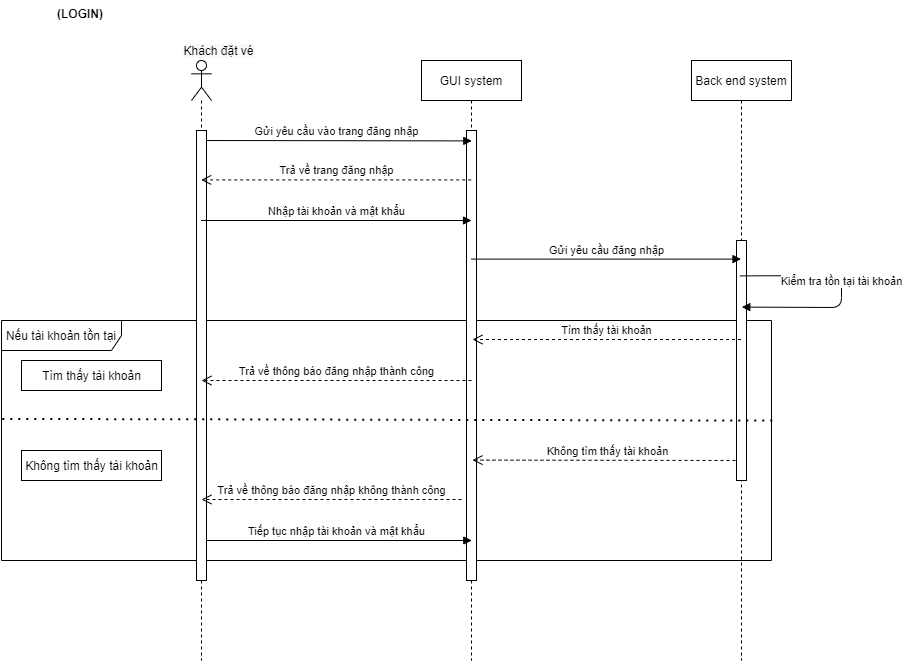
Earlier version of the draw.io export Report/SequenceDiagram/Khách_Đăng nhập.png (baolongnguyenmac/CinemaManagementSystem). Source tidied: cells renumbered, new cells last; positions are measured from the earlier drawing's top-left corner, leaving out a move shared by most shapes.
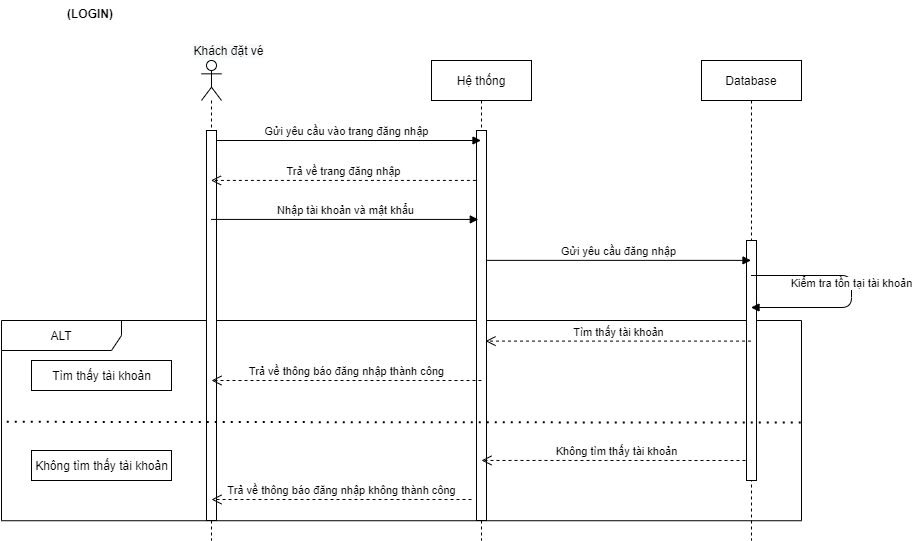
After the change.

Commit message:
Update sequence diagram

The edit, as a diff of the source:
```diff
@@ -2,19 +2,19 @@
   <root>
     <mxCell id="0" />
     <mxCell id="1" parent="0" />
-    <mxCell id="2" value="Nếu tài khoản tồn tại" style="shape=umlFrame;whiteSpace=wrap;html=1;width=120;height=30;swimlaneFillColor=none;" parent="1" vertex="1">
-      <mxGeometry y="320" width="770" height="240" as="geometry" />
+    <mxCell id="2" value="ALT" style="shape=umlFrame;whiteSpace=wrap;html=1;width=120;height=30;swimlaneFillColor=none;" parent="1" vertex="1">
+      <mxGeometry x="-10" y="320" width="800" height="200.2" as="geometry" />
     </mxCell>
-    <mxCell id="3" value="GUI system" style="shape=umlLifeline;perimeter=lifelinePerimeter;rounded=0;shadow=0;strokeWidth=1;" parent="1" vertex="1">
-      <mxGeometry x="420" y="60" width="100" height="600" as="geometry" />
+    <mxCell id="3" value="Hệ thống" style="shape=umlLifeline;perimeter=lifelinePerimeter;rounded=0;shadow=0;strokeWidth=1;" parent="1" vertex="1">
+      <mxGeometry x="420" y="60" width="100" height="480" as="geometry" />
     </mxCell>
     <mxCell id="4" style="rounded=0;whiteSpace=wrap;html=1;shadow=0;glass=0;sketch=0;gradientColor=none;align=center;" parent="3" vertex="1">
-      <mxGeometry x="45" y="70" width="10" height="450" as="geometry" />
+      <mxGeometry x="45" y="70" width="10" height="390" as="geometry" />
     </mxCell>
-    <mxCell id="5" value="Back end system" style="shape=umlLifeline;perimeter=lifelinePerimeter;rounded=0;shadow=0;strokeWidth=1;size=40;" parent="1" vertex="1">
-      <mxGeometry x="690" y="60" width="100" height="600" as="geometry" />
+    <mxCell id="5" value="Database" style="shape=umlLifeline;perimeter=lifelinePerimeter;rounded=0;shadow=0;strokeWidth=1;size=40;" parent="1" vertex="1">
+      <mxGeometry x="690" y="60" width="100" height="480" as="geometry" />
     </mxCell>
-    <mxCell id="6" value="Không tìm thấy tài khoản" style="html=1;verticalAlign=bottom;endArrow=open;dashed=1;endSize=8;entryX=0.51;entryY=0.666;entryDx=0;entryDy=0;entryPerimeter=0;" parent="5" edge="1" target="3">
+    <mxCell id="6" value="Không tìm thấy tài khoản" style="html=1;verticalAlign=bottom;endArrow=open;dashed=1;endSize=8;entryX=0.5;entryY=0.846;entryDx=0;entryDy=0;entryPerimeter=0;" parent="5" edge="1" target="4">
       <mxGeometry relative="1" as="geometry">
         <mxPoint x="50" y="400" as="sourcePoint" />
       </mxGeometry>
@@ -26,41 +26,26 @@
       <mxGeometry x="180" y="40" width="75" height="20" as="geometry" />
     </mxCell>
     <mxCell id="9" style="shape=umlLifeline;participant=umlActor;perimeter=lifelinePerimeter;whiteSpace=wrap;html=1;verticalAlign=top;spacingTop=36;outlineConnect=0;rounded=0;glass=0;sketch=0;shadow=0;" parent="1" vertex="1">
-      <mxGeometry x="190" y="60" width="20" height="600" as="geometry" />
+      <mxGeometry x="190" y="60" width="20" height="480" as="geometry" />
     </mxCell>
-    <mxCell id="10" value="Gửi yêu cầu vào trang đăng nhập" style="html=1;verticalAlign=bottom;endArrow=block;entryX=0.503;entryY=0.134;entryDx=0;entryDy=0;entryPerimeter=0;" parent="9" edge="1" target="3">
+    <mxCell id="10" value="Gửi yêu cầu vào trang đăng nhập" style="html=1;verticalAlign=bottom;endArrow=block;" parent="9" edge="1" target="3">
       <mxGeometry relative="1" as="geometry">
         <mxPoint x="10" y="80" as="sourcePoint" />
       </mxGeometry>
     </mxCell>
-    <mxCell id="11" value="Tiếp tục nhập tài khoản và mật khẩu" style="html=1;verticalAlign=bottom;endArrow=block;entryX=0.503;entryY=0.8;entryDx=0;entryDy=0;entryPerimeter=0;" parent="9" edge="1" target="3">
-      <mxGeometry relative="1" as="geometry">
-        <mxPoint x="10" y="480" as="sourcePoint" />
-      </mxGeometry>
-    </mxCell>
     <mxCell id="12" style="rounded=0;whiteSpace=wrap;html=1;shadow=0;glass=0;sketch=0;gradientColor=none;align=center;" parent="9" vertex="1">
-      <mxGeometry x="5" y="70" width="10" height="450" as="geometry" />
+      <mxGeometry x="5" y="70" width="10" height="390" as="geometry" />
     </mxCell>
-    <mxCell id="13" value="Nhập tài khoản và mật khẩu" style="html=1;verticalAlign=bottom;endArrow=block;" parent="1" edge="1" source="9">
-      <mxGeometry relative="1" as="geometry">
-        <mxPoint x="470" y="220" as="targetPoint" />
-      </mxGeometry>
+    <mxCell id="13" value="Nhập tài khoản và mật khẩu" style="html=1;verticalAlign=bottom;endArrow=block;entryX=0.18;entryY=0.228;entryDx=0;entryDy=0;entryPerimeter=0;" parent="1" edge="1" source="9" target="4">
+      <mxGeometry relative="1" as="geometry" />
     </mxCell>
-    <mxCell id="14" value="Trả về trang đăng nhập" style="html=1;verticalAlign=bottom;endArrow=open;dashed=1;endSize=8;exitX=0.497;exitY=0.199;exitDx=0;exitDy=0;exitPerimeter=0;" parent="1" edge="1" source="3" target="9">
+    <mxCell id="14" value="Trả về trang đăng nhập" style="html=1;verticalAlign=bottom;endArrow=open;dashed=1;endSize=8;exitX=-0.06;exitY=0.128;exitDx=0;exitDy=0;exitPerimeter=0;" parent="1" edge="1" source="4" target="9">
       <mxGeometry relative="1" as="geometry" />
     </mxCell>
-    <mxCell id="15" value="Gửi yêu cầu đăng nhập" style="html=1;verticalAlign=bottom;endArrow=block;exitX=0.497;exitY=0.331;exitDx=0;exitDy=0;exitPerimeter=0;" parent="1" edge="1" source="3" target="5">
+    <mxCell id="15" value="Gửi yêu cầu đăng nhập" style="html=1;verticalAlign=bottom;endArrow=block;exitX=0.98;exitY=0.333;exitDx=0;exitDy=0;exitPerimeter=0;" parent="1" edge="1" source="4" target="5">
       <mxGeometry relative="1" as="geometry" />
     </mxCell>
-    <mxCell id="16" value="Kiểm tra tồn tại tài khoản" style="html=1;verticalAlign=bottom;endArrow=block;entryX=0.503;entryY=0.411;entryDx=0;entryDy=0;entryPerimeter=0;exitX=0.483;exitY=0.359;exitDx=0;exitDy=0;exitPerimeter=0;" parent="1" edge="1" source="5" target="5">
-      <mxGeometry relative="1" as="geometry">
-        <Array as="points">
-          <mxPoint x="840" y="275" />
-          <mxPoint x="840" y="307" />
-        </Array>
-      </mxGeometry>
-    </mxCell>
-    <mxCell id="17" value="Tìm thấy tài khoản" style="html=1;verticalAlign=bottom;endArrow=open;dashed=1;endSize=8;entryX=0.51;entryY=0.465;entryDx=0;entryDy=0;entryPerimeter=0;" parent="1" edge="1" source="5" target="3">
+    <mxCell id="17" value="Tìm thấy tài khoản" style="html=1;verticalAlign=bottom;endArrow=open;dashed=1;endSize=8;entryX=0.9;entryY=0.54;entryDx=0;entryDy=0;entryPerimeter=0;" parent="1" edge="1" source="5" target="4">
       <mxGeometry relative="1" as="geometry" />
     </mxCell>
     <mxCell id="18" value="Trả về thông báo đăng nhập thành công" style="html=1;verticalAlign=bottom;endArrow=open;dashed=1;endSize=8;" parent="1" edge="1">
@@ -69,7 +54,7 @@
         <mxPoint x="200" y="380" as="targetPoint" />
       </mxGeometry>
     </mxCell>
-    <mxCell id="19" style="endArrow=none;dashed=1;html=1;dashPattern=1 3;strokeWidth=2;exitX=1.001;exitY=0.417;exitDx=0;exitDy=0;exitPerimeter=0;entryX=0;entryY=0.41;entryDx=0;entryDy=0;entryPerimeter=0;" parent="1" edge="1" source="2" target="2">
+    <mxCell id="19" style="endArrow=none;dashed=1;html=1;dashPattern=1 3;strokeWidth=2;exitX=0.999;exitY=0.51;exitDx=0;exitDy=0;exitPerimeter=0;entryX=0;entryY=0.506;entryDx=0;entryDy=0;entryPerimeter=0;" parent="1" edge="1" source="2" target="2">
       <mxGeometry relative="1" as="geometry" />
     </mxCell>
     <mxCell id="20" value="Trả về thông báo đăng nhập không thành công" style="html=1;verticalAlign=bottom;endArrow=open;dashed=1;endSize=8;" parent="1" edge="1">
@@ -87,5 +72,13 @@
     <mxCell id="23" value="(LOGIN)" style="text;align=center;fontStyle=1;verticalAlign=middle;spacingLeft=3;spacingRight=3;strokeColor=none;rounded=0;shadow=0;glass=0;sketch=0;gradientColor=none;" parent="1" vertex="1">
       <mxGeometry x="39" width="80" height="26" as="geometry" />
     </mxCell>
+    <mxCell id="16" value="Kiểm tra tồn tại tài khoản" style="html=1;verticalAlign=bottom;endArrow=block;" parent="1" edge="1" source="5" target="5">
+      <mxGeometry relative="1" as="geometry">
+        <Array as="points">
+          <mxPoint x="840" y="275" />
+          <mxPoint x="840" y="307" />
+        </Array>
+      </mxGeometry>
+    </mxCell>
   </root>
 </mxGraphModel>
```
